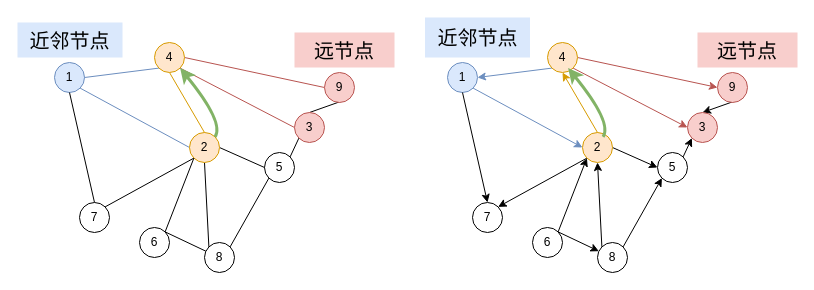
Earlier version of the draw.io diagram page "第 2 页" (2 of 2) of 未命名表单.drawio (zjtone/RL-Note). Source tidied: cells renumbered, new cells numbered last; positions are measured from the earlier drawing's top-left corner, leaving out a move shared by most shapes. Both pictures are drawn from the tidied source at 100%, with x=0, y=0 at pixel (17, 17).
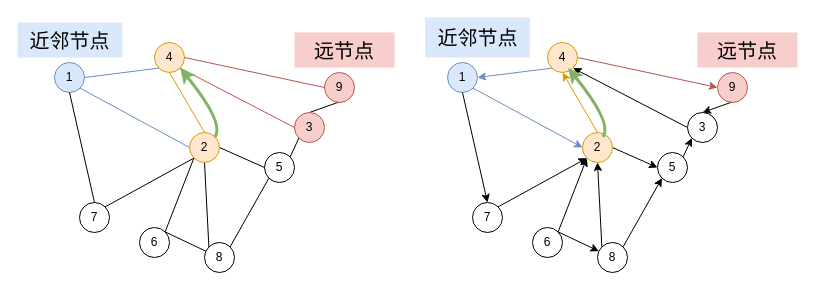
The same page after the edit.

Commit message:
更新未命名表单.drawio

Unchanged cells that the change refers to:
```xml
<mxCell id="32" value="7" style="ellipse;whiteSpace=wrap;html=1;" parent="1" vertex="1">
  <mxGeometry x="455" y="185" width="30" height="30" as="geometry" />
</mxCell>
<mxCell id="37" value="2" style="ellipse;whiteSpace=wrap;html=1;fillColor=#ffe6cc;strokeColor=#d79b00;" parent="1" vertex="1">
  <mxGeometry x="565" y="115" width="30" height="30" as="geometry" />
</mxCell>
<mxCell id="42" value="4" style="ellipse;whiteSpace=wrap;html=1;fillColor=#ffe6cc;strokeColor=#d79b00;" parent="1" vertex="1">
  <mxGeometry x="530" y="25" width="30" height="30" as="geometry" />
</mxCell>
```

What changed in the source:
```diff
@@
-    <mxCell id="36" style="edgeStyle=none;rounded=0;jettySize=auto;html=1;exitX=0;exitY=1;exitDx=0;exitDy=0;entryX=1;entryY=0;entryDx=0;entryDy=0;endArrow=classic;endFill=1;startArrow=none;startFill=0;" parent="1" edge="1" source="37" target="32">
+    <mxCell id="36" style="edgeStyle=none;rounded=0;jettySize=auto;html=1;exitX=0;exitY=1;exitDx=0;exitDy=0;entryX=1;entryY=0;entryDx=0;entryDy=0;endArrow=none;endFill=0;startArrow=classic;startFill=1;" parent="1" edge="1" source="37" target="32">
       <mxGeometry relative="1" as="geometry" />
     </mxCell>
@@
-    <mxCell id="39" style="edgeStyle=none;rounded=0;jettySize=auto;html=1;exitX=1;exitY=1;exitDx=0;exitDy=0;entryX=0;entryY=0.5;entryDx=0;entryDy=0;endArrow=classic;endFill=1;fillColor=#f8cecc;strokeColor=#b85450;" parent="1" edge="1" source="42" target="47">
+    <mxCell id="39" style="edgeStyle=none;rounded=0;jettySize=auto;html=1;exitX=1;exitY=1;exitDx=0;exitDy=0;entryX=0;entryY=0.5;entryDx=0;entryDy=0;endArrow=none;endFill=0;startArrow=classic;startFill=1;" parent="1" edge="1" source="42" target="47">
       <mxGeometry relative="1" as="geometry" />
     </mxCell>
@@
-    <mxCell id="47" value="3" style="ellipse;whiteSpace=wrap;html=1;fillColor=#f8cecc;strokeColor=#b85450;" parent="1" vertex="1">
+    <mxCell id="47" value="3" style="ellipse;whiteSpace=wrap;html=1;" parent="1" vertex="1">
       <mxGeometry x="670" y="95" width="30" height="30" as="geometry" />
     </mxCell>
```
